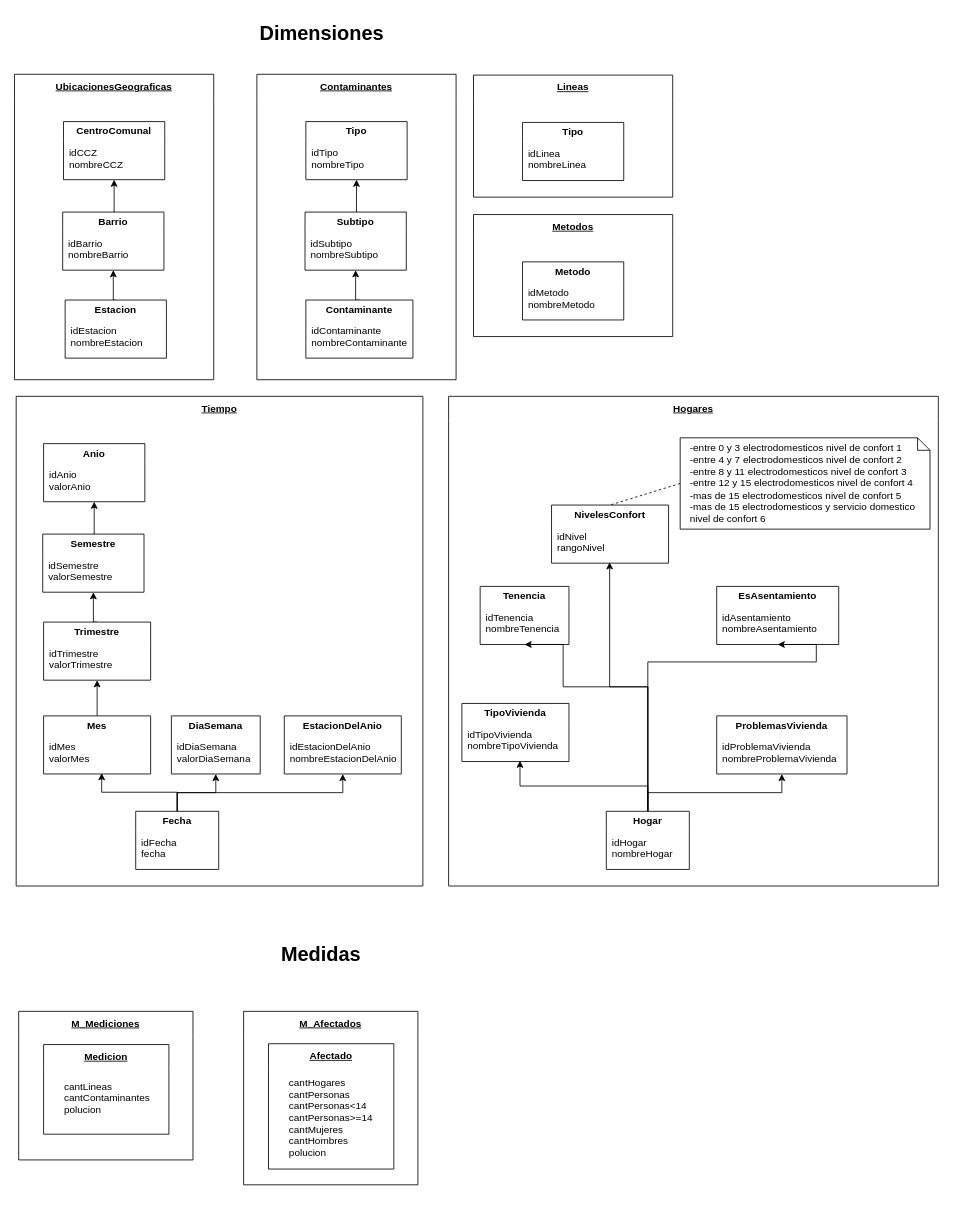
This is 2. Diseño conceptual/Dimensiones y Medidas.drawio from gonzalomelov/dw-calidad-aire-docs, a draw.io file, before an edit. Source tidied: cells renumbered, new cells numbered last; positions are measured from the earlier drawing's top-left corner, leaving out a move shared by most shapes. Both pictures are drawn from the tidied source at 83%, with x=0, y=0 at pixel (14, 14).
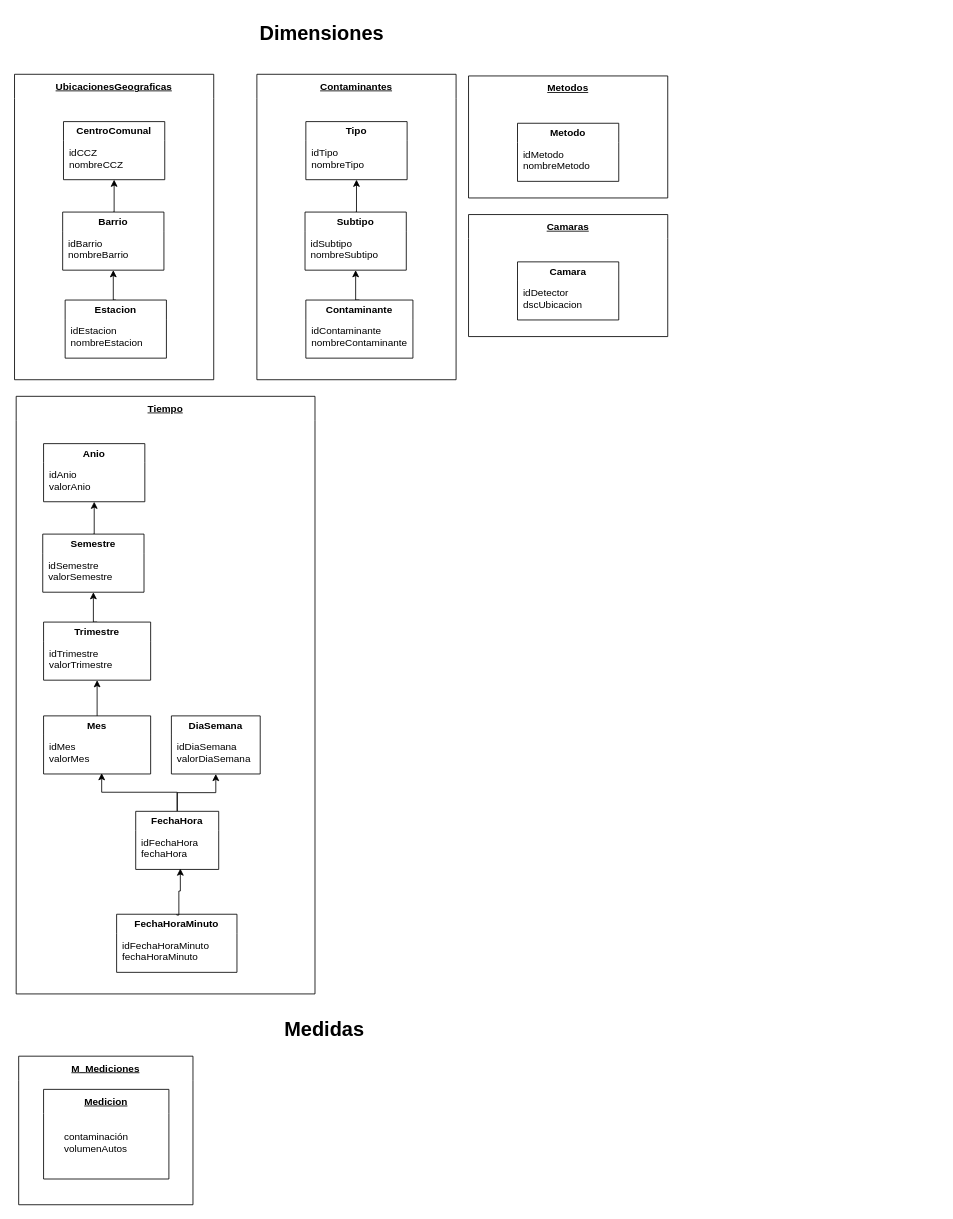
The same page after the edit.

Unchanged cells that the change refers to:
```xml
<mxCell id="14" value="Medicion" style="swimlane;swimlaneLine=0;whiteSpace=wrap;startSize=29;fontStyle=5;" parent="13" vertex="1">
  <mxGeometry x="30" y="40" width="151" height="108" as="geometry" />
</mxCell>
```

What changed in the source:
```diff
@@
     <mxCell id="12" value="Medidas" style="text;align=center;verticalAlign=middle;fontFamily=Helvetica;fontSize=24;fontStyle=1;" parent="1" vertex="1">
-      <mxGeometry x="292" y="1110" width="155" height="40" as="geometry" />
+      <mxGeometry x="296" y="1200" width="155" height="40" as="geometry" />
     </mxCell>
     <mxCell id="13" value="M_Mediciones" style="swimlane;swimlaneLine=0;whiteSpace=wrap;startSize=29;fontStyle=5;" parent="1" vertex="1">
-      <mxGeometry x="5" y="1201" width="210" height="179" as="geometry" />
+      <mxGeometry x="5" y="1255" width="210" height="179" as="geometry" />
     </mxCell>
@@
-    <mxCell id="15" value="cantLineas&#10;cantContaminantes&#10;polucion" style="text;align=left;verticalAlign=middle;" parent="14" vertex="1">
+    <mxCell id="15" value="contaminación&#10;volumenAutos" style="text;align=left;verticalAlign=middle;" parent="14" vertex="1">
       <mxGeometry x="23" y="27.4" width="155" height="72.6" as="geometry" />
     </mxCell>
@@
-    <mxCell id="25" value="Lineas" style="swimlane;swimlaneLine=0;whiteSpace=wrap;startSize=29;fontStyle=5;align=center;" parent="1" vertex="1">
-      <mxGeometry x="553" y="73" width="240" height="147" as="geometry" />
+    <mxCell id="25" value="Camaras" style="swimlane;swimlaneLine=0;whiteSpace=wrap;startSize=29;fontStyle=5;align=center;" parent="1" vertex="1">
+      <mxGeometry x="547" y="241" width="240" height="147" as="geometry" />
     </mxCell>
-    <mxCell id="26" value="Tipo" style="swimlane;swimlaneLine=0;whiteSpace=wrap;" parent="25" vertex="1">
+    <mxCell id="26" value="Camara" style="swimlane;swimlaneLine=0;whiteSpace=wrap;" parent="25" vertex="1">
       <mxGeometry x="59" y="57" width="122" height="70" as="geometry" />
     </mxCell>
-    <mxCell id="27" value="idLinea&#10;nombreLinea" style="text;align=left;verticalAlign=middle;" parent="26" vertex="1">
+    <mxCell id="27" value="idDetector&#10;dscUbicacion" style="text;align=left;verticalAlign=middle;" parent="26" vertex="1">
       <mxGeometry x="5" y="19" width="130" height="50" as="geometry" />
     </mxCell>
     <mxCell id="28" value="Metodos" style="swimlane;swimlaneLine=0;whiteSpace=wrap;startSize=29;fontStyle=5;align=center;" parent="1" vertex="1">
-      <mxGeometry x="553" y="241" width="240" height="147" as="geometry" />
+      <mxGeometry x="547" y="74" width="240" height="147" as="geometry" />
     </mxCell>
@@
     <mxCell id="31" value="Tiempo" style="swimlane;swimlaneLine=0;whiteSpace=wrap;startSize=29;fontStyle=5;align=center;" parent="1" vertex="1">
-      <mxGeometry x="2" y="460" width="490" height="590" as="geometry" />
+      <mxGeometry x="2" y="460" width="360" height="720" as="geometry" />
     </mxCell>
@@
-    <mxCell id="45" value="EstacionDelAnio" style="swimlane;swimlaneLine=0;whiteSpace=wrap;" parent="31" vertex="1">
-      <mxGeometry x="323" y="385" width="141" height="70" as="geometry" />
-    </mxCell>
-    <mxCell id="46" value="idEstacionDelAnio&#10;nombreEstacionDelAnio" style="text;align=left;verticalAlign=middle;" parent="45" vertex="1">
-      <mxGeometry x="5" y="19" width="130" height="50" as="geometry" />
-    </mxCell>
+    <mxCell id="75" value="FechaHoraMinuto" style="swimlane;swimlaneLine=0;whiteSpace=wrap;" parent="31" vertex="1">
+      <mxGeometry x="121" y="624" width="145" height="70" as="geometry" />
+    </mxCell>
+    <mxCell id="76" value="idFechaHoraMinuto&#10;fechaHoraMinuto" style="text;align=left;verticalAlign=middle;" parent="75" vertex="1">
+      <mxGeometry x="5" y="19" width="65" height="50" as="geometry" />
+    </mxCell>
@@
-    <mxCell id="49" style="edgeStyle=orthogonalEdgeStyle;rounded=0;html=1;exitX=0.5;exitY=0;entryX=0.5;entryY=1;jettySize=auto;" parent="1" edge="1" source="50" target="45">
-      <mxGeometry relative="1" as="geometry" />
-    </mxCell>
-    <mxCell id="50" value="Fecha" style="swimlane;swimlaneLine=0;whiteSpace=wrap;" parent="1" vertex="1">
+    <mxCell id="50" value="FechaHora" style="swimlane;swimlaneLine=0;whiteSpace=wrap;" parent="1" vertex="1">
       <mxGeometry x="146" y="960" width="100" height="70" as="geometry" />
     </mxCell>
-    <mxCell id="51" value="idFecha&#10;fecha" style="text;align=left;verticalAlign=middle;" parent="50" vertex="1">
-      <mxGeometry x="5" y="19" width="130" height="50" as="geometry" />
+    <mxCell id="51" value="idFechaHora&#10;fechaHora" style="text;align=left;verticalAlign=middle;" parent="50" vertex="1">
+      <mxGeometry x="5" y="19" width="65" height="50" as="geometry" />
     </mxCell>
-    <mxCell id="52" value="Hogares" style="swimlane;swimlaneLine=0;whiteSpace=wrap;startSize=29;fontStyle=5;align=center;" parent="1" vertex="1">
-      <mxGeometry x="523" y="460" width="590" height="590" as="geometry" />
-    </mxCell>
-    <mxCell id="53" value="TipoVivienda" style="swimlane;swimlaneLine=0;whiteSpace=wrap;" parent="52" vertex="1">
-      <mxGeometry x="16" y="370" width="129" height="70" as="geometry" />
-    </mxCell>
-    <mxCell id="54" value="idTipoVivienda&#10;nombreTipoVivienda" style="text;align=left;verticalAlign=middle;" parent="53" vertex="1">
-      <mxGeometry x="5" y="19" width="130" height="50" as="geometry" />
-    </mxCell>
-    <mxCell id="55" value="ProblemasVivienda" style="swimlane;swimlaneLine=0;whiteSpace=wrap;" parent="52" vertex="1">
-      <mxGeometry x="323" y="385" width="157" height="70" as="geometry" />
-    </mxCell>
-    <mxCell id="56" value="idProblemaVivienda&#10;nombreProblemaVivienda" style="text;align=left;verticalAlign=middle;" parent="55" vertex="1">
-      <mxGeometry x="5" y="19" width="130" height="50" as="geometry" />
-    </mxCell>
-    <mxCell id="57" value="Tenencia" style="swimlane;swimlaneLine=0;whiteSpace=wrap;" parent="52" vertex="1">
-      <mxGeometry x="38" y="229" width="107" height="70" as="geometry" />
-    </mxCell>
-    <mxCell id="58" value="idTenencia&#10;nombreTenencia" style="text;align=left;verticalAlign=middle;" parent="57" vertex="1">
-      <mxGeometry x="5" y="19" width="130" height="50" as="geometry" />
-    </mxCell>
-    <mxCell id="59" value="NivelesConfort" style="swimlane;swimlaneLine=0;whiteSpace=wrap;" parent="52" vertex="1">
-      <mxGeometry x="124" y="131" width="141" height="70" as="geometry" />
-    </mxCell>
-    <mxCell id="60" value="idNivel&#10;rangoNivel" style="text;align=left;verticalAlign=middle;" parent="59" vertex="1">
-      <mxGeometry x="5" y="19" width="130" height="50" as="geometry" />
-    </mxCell>
-    <mxCell id="61" value="EsAsentamiento" style="swimlane;swimlaneLine=0;whiteSpace=wrap;" parent="52" vertex="1">
-      <mxGeometry x="323" y="229" width="147" height="70" as="geometry" />
-    </mxCell>
-    <mxCell id="62" value="idAsentamiento&#10;nombreAsentamiento" style="text;align=left;verticalAlign=middle;" parent="61" vertex="1">
-      <mxGeometry x="5" y="19" width="130" height="50" as="geometry" />
-    </mxCell>
-    <mxCell id="63" style="edgeStyle=none;endArrow=none;exitX=0;exitY=0.5;dashed=1;html=1;entryX=0.5;entryY=0;" parent="52" edge="1" source="64" target="59">
-      <mxGeometry x="1" relative="1" as="geometry" />
-    </mxCell>
-    <mxCell id="64" value="&lt;div&gt;-entre 0 y 3 electrodomesticos nivel de confort 1&lt;/div&gt;&lt;div&gt;-entre 4 y 7 electrodomesticos nivel de confort 2&lt;/div&gt;&lt;div&gt;-entre 8 y 11 electrodomesticos nivel de confort 3&lt;/div&gt;&lt;div&gt;-entre 12 y 15 electrodomesticos nivel de confort 4&lt;/div&gt;&lt;div&gt;-mas de 15 electrodomesticos nivel de confort 5&lt;/div&gt;&lt;div&gt;-mas de 15 electrodomesticos y servicio domestico nivel de confort 6&lt;/div&gt;" style="shape=note;size=15;align=left;spacingLeft=10;html=1;whiteSpace=wrap;" parent="52" vertex="1">
-      <mxGeometry x="279" y="50" width="301" height="110" as="geometry" />
-    </mxCell>
-    <mxCell id="65" style="edgeStyle=orthogonalEdgeStyle;rounded=0;html=1;exitX=0.5;exitY=0;entryX=0.5;entryY=1;jettySize=auto;" parent="1" edge="1" source="70" target="54">
-      <mxGeometry relative="1" as="geometry" />
-    </mxCell>
-    <mxCell id="66" style="edgeStyle=orthogonalEdgeStyle;rounded=0;html=1;exitX=0.5;exitY=0;entryX=0.5;entryY=1;jettySize=auto;" parent="1" edge="1" source="70" target="57">
-      <mxGeometry relative="1" as="geometry">
-        <Array as="points">
-          <mxPoint x="763" y="810" />
-          <mxPoint x="661" y="810" />
-        </Array>
-      </mxGeometry>
-    </mxCell>
-    <mxCell id="67" style="edgeStyle=orthogonalEdgeStyle;rounded=0;html=1;exitX=0.5;exitY=0;entryX=0.5;entryY=1;jettySize=auto;" parent="1" edge="1" source="70" target="55">
-      <mxGeometry relative="1" as="geometry" />
-    </mxCell>
-    <mxCell id="68" style="edgeStyle=orthogonalEdgeStyle;rounded=0;html=1;exitX=0.5;exitY=0;entryX=0.5;entryY=1;jettySize=auto;" parent="1" edge="1" source="70" target="61">
-      <mxGeometry relative="1" as="geometry">
-        <Array as="points">
-          <mxPoint x="763" y="780" />
-          <mxPoint x="966" y="780" />
-        </Array>
-      </mxGeometry>
-    </mxCell>
-    <mxCell id="69" style="edgeStyle=orthogonalEdgeStyle;rounded=0;html=1;exitX=0.5;exitY=0;entryX=0.5;entryY=1;jettySize=auto;" parent="1" edge="1" source="70" target="60">
-      <mxGeometry relative="1" as="geometry" />
-    </mxCell>
-    <mxCell id="70" value="Hogar" style="swimlane;swimlaneLine=0;whiteSpace=wrap;" parent="1" vertex="1">
-      <mxGeometry x="713" y="960" width="100" height="70" as="geometry" />
-    </mxCell>
-    <mxCell id="71" value="idHogar&#10;nombreHogar" style="text;align=left;verticalAlign=middle;" parent="70" vertex="1">
-      <mxGeometry x="5" y="19" width="130" height="50" as="geometry" />
-    </mxCell>
-    <mxCell id="72" value="M_Afectados" style="swimlane;swimlaneLine=0;whiteSpace=wrap;startSize=29;fontStyle=5;" parent="1" vertex="1">
-      <mxGeometry x="276" y="1201" width="210" height="209" as="geometry" />
-    </mxCell>
-    <mxCell id="73" value="Afectado" style="swimlane;swimlaneLine=0;whiteSpace=wrap;startSize=29;fontStyle=5;" parent="72" vertex="1">
-      <mxGeometry x="30" y="39" width="151" height="151" as="geometry" />
-    </mxCell>
-    <mxCell id="74" value="cantHogares&#10;cantPersonas&#10;cantPersonas&lt;14&#10;cantPersonas&gt;=14&#10;cantMujeres&#10;cantHombres&#10;polucion" style="text;align=left;verticalAlign=middle;" parent="73" vertex="1">
-      <mxGeometry x="23" y="35" width="117" height="107" as="geometry" />
-    </mxCell>
+    <mxCell id="77" style="edgeStyle=orthogonalEdgeStyle;rounded=0;html=1;exitX=0.5;exitY=0;entryX=0.75;entryY=1;jettySize=auto;" parent="1" edge="1" source="75" target="51">
+      <mxGeometry relative="1" as="geometry">
+        <Array as="points">
+          <mxPoint x="198" y="1085" />
+          <mxPoint x="198" y="1056" />
+          <mxPoint x="199" y="1056" />
+        </Array>
+      </mxGeometry>
+    </mxCell>
```
